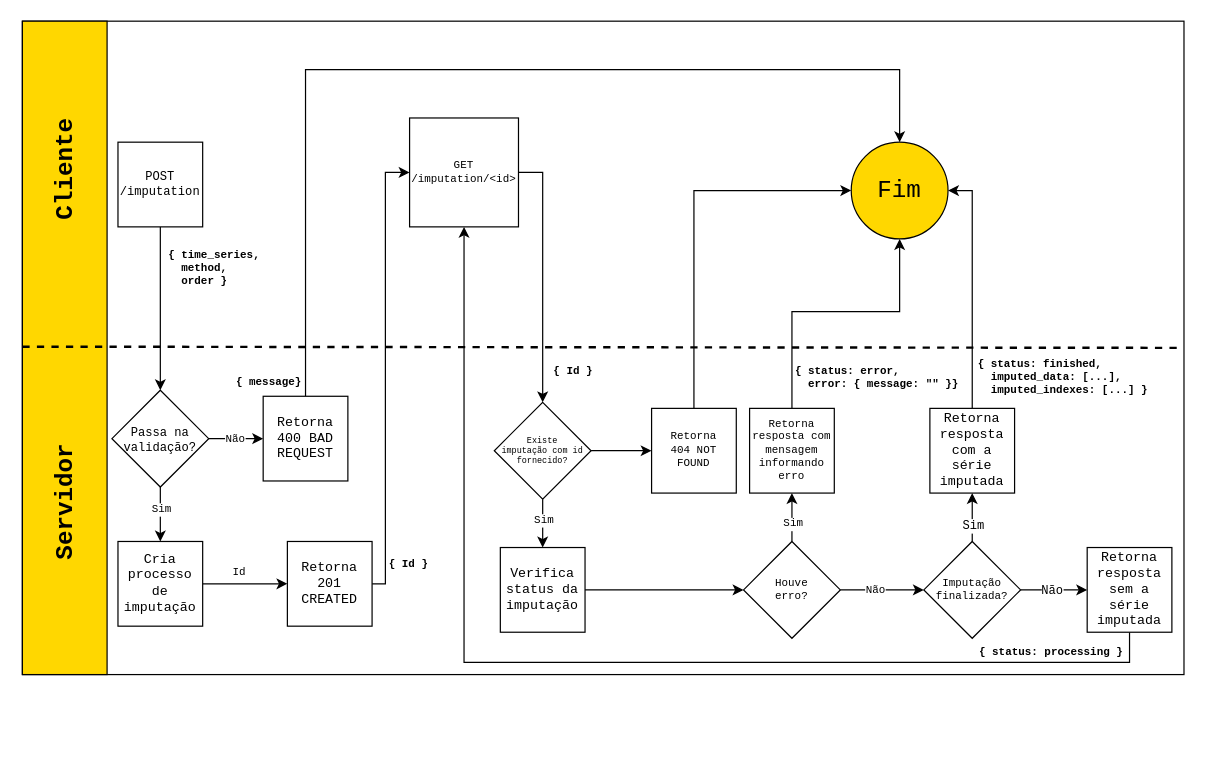
j-abreu/imputation-web-service keeps this draw.io diagram as images/Diagrama sem nome.drawio. Above is the earlier version. Source tidied: cells renumbered, new cells numbered last; positions are measured from the earlier drawing's top-left corner, leaving out a move shared by most shapes. Both pictures are drawn from the tidied source at 121%, with x=0, y=0 at pixel (-15, 21).
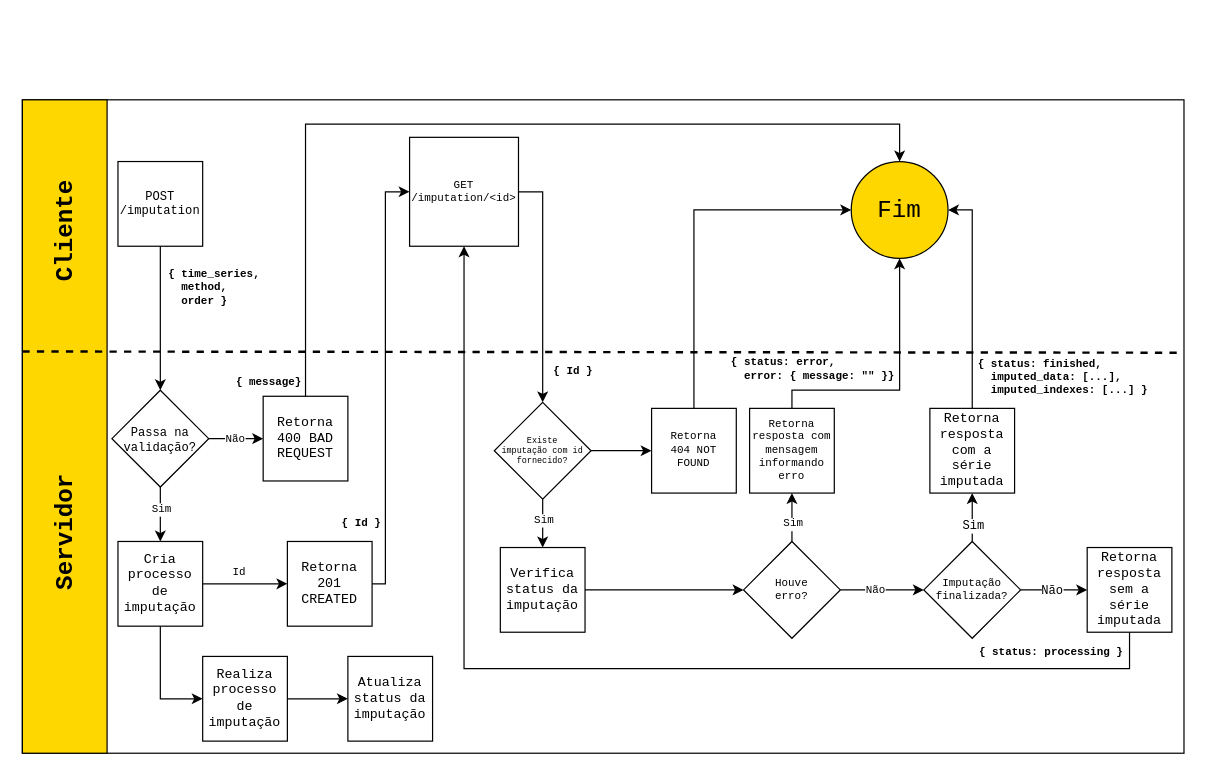
The same page after the edit.

Unchanged cells that the change refers to:
```xml
<mxCell id="5" value="Retorna 201 CREATED" style="whiteSpace=wrap;html=1;labelBackgroundColor=none;fontFamily=Courier New;fontSize=11;" parent="1" vertex="1">
  <mxGeometry x="249" y="430" width="70" height="70" as="geometry" />
</mxCell>
<mxCell id="18" value="&lt;font style=&quot;font-size: 11px;&quot;&gt;Cria processo de imputação&lt;/font&gt;" style="whiteSpace=wrap;html=1;labelBackgroundColor=none;fontFamily=Courier New;fontSize=11;fillColor=default;" parent="1" vertex="1">
  <mxGeometry x="109" y="430" width="70" height="70" as="geometry" />
</mxCell>
<mxCell id="35" value="Retorna resposta com mensagem informando erro" style="whiteSpace=wrap;html=1;labelBackgroundColor=none;fontFamily=Courier New;fontSize=9;fillColor=default;" parent="1" vertex="1">
  <mxGeometry x="631" y="320" width="70" height="70" as="geometry" />
</mxCell>
<mxCell id="37" value="Retorna resposta sem a série imputada" style="whiteSpace=wrap;html=1;labelBackgroundColor=none;fontFamily=Courier New;fontSize=11;fillColor=default;" parent="1" vertex="1">
  <mxGeometry x="910" y="435" width="70" height="70" as="geometry" />
</mxCell>
<mxCell id="41" value="Retorna 400 BAD REQUEST" style="whiteSpace=wrap;html=1;labelBackgroundColor=none;fontFamily=Courier New;fontSize=11;" parent="1" vertex="1">
  <mxGeometry x="229" y="310" width="70" height="70" as="geometry" />
</mxCell>
```

Diff of the diagram source:
```diff
@@
     <mxCell id="2" style="rounded=0;whiteSpace=wrap;html=1;labelBackgroundColor=none;fontFamily=Courier New;fontSize=10;fillColor=none;strokeColor=#000000;" parent="1" vertex="1">
-      <mxGeometry x="30" width="960" height="540" as="geometry" />
+      <mxGeometry x="30" y="65" width="960" height="540" as="geometry" />
     </mxCell>
     <mxCell id="3" style="rounded=0;whiteSpace=wrap;html=1;labelBackgroundColor=none;fontFamily=Courier New;fontSize=10;fillColor=#FFD700;strokeColor=#000000;" parent="1" vertex="1">
-      <mxGeometry x="30" width="70" height="540" as="geometry" />
+      <mxGeometry x="30" y="65" width="70" height="540" as="geometry" />
     </mxCell>
-    <mxCell id="4" style="edgeStyle=orthogonalEdgeStyle;rounded=0;jettySize=auto;html=1;entryX=0;entryY=0.5;entryDx=0;entryDy=0;strokeWidth=1;fontFamily=Courier New;fontSize=9;" parent="1" edge="1" source="5" target="20">
+    <mxCell id="4" style="edgeStyle=orthogonalEdgeStyle;rounded=0;jettySize=auto;html=1;entryX=0;entryY=0.5;entryDx=0;entryDy=0;strokeWidth=1;fontFamily=Courier New;fontSize=9;exitX=1;exitY=0.5;exitDx=0;exitDy=0;" parent="1" edge="1" source="5" target="20">
       <mxGeometry relative="1" as="geometry">
         <Array as="points">
           <mxPoint x="330" y="465" />
-          <mxPoint x="330" y="125" />
+          <mxPoint x="330" y="141" />
         </Array>
       </mxGeometry>
     </mxCell>
@@
     <mxCell id="7" value="POST /imputation" style="whiteSpace=wrap;html=1;labelBackgroundColor=none;fontFamily=Courier New;fontSize=10;" parent="1" vertex="1">
-      <mxGeometry x="109" y="100" width="70" height="70" as="geometry" />
+      <mxGeometry x="109" y="116" width="70" height="70" as="geometry" />
     </mxCell>
     <mxCell id="8" value="Cliente" style="text;html=1;strokeColor=none;fillColor=none;align=center;verticalAlign=middle;whiteSpace=wrap;rounded=0;labelBackgroundColor=none;fontFamily=Courier New;fontSize=20;rotation=-90;fontStyle=1;" parent="1" vertex="1">
-      <mxGeometry y="90" width="130" height="65" as="geometry" />
+      <mxGeometry y="141" width="130" height="65" as="geometry" />
     </mxCell>
     <mxCell id="9" value="Servidor" style="text;html=1;strokeColor=none;fillColor=none;align=center;verticalAlign=middle;whiteSpace=wrap;rounded=0;labelBackgroundColor=none;fontFamily=Courier New;fontSize=20;rotation=-90;fontStyle=1;" parent="1" vertex="1">
-      <mxGeometry y="365" width="130" height="65" as="geometry" />
+      <mxGeometry y="390" width="130" height="65" as="geometry" />
     </mxCell>
@@
     <mxCell id="15" value="{ time_series,&lt;br style=&quot;font-size: 9px;&quot;&gt;&amp;nbsp; method,&lt;br style=&quot;font-size: 9px;&quot;&gt;&amp;nbsp; order&amp;nbsp;&lt;span style=&quot;background-color: initial; font-size: 9px;&quot;&gt;}&lt;/span&gt;" style="text;html=1;strokeColor=none;fillColor=none;align=left;verticalAlign=middle;whiteSpace=wrap;rounded=0;labelBackgroundColor=none;fontFamily=Courier New;fontSize=9;fontStyle=1;" parent="1" vertex="1">
-      <mxGeometry x="149" y="190" width="90" height="30" as="geometry" />
+      <mxGeometry x="149" y="206" width="90" height="30" as="geometry" />
     </mxCell>
@@
+    <mxCell id="55" style="edgeStyle=orthogonalEdgeStyle;rounded=0;jettySize=auto;html=1;entryX=0;entryY=0.5;entryDx=0;entryDy=0;strokeWidth=1;fontFamily=Courier New;fontSize=7;" parent="1" edge="1" source="18" target="57">
+      <mxGeometry relative="1" as="geometry" />
+    </mxCell>
@@
     <mxCell id="20" value="&lt;font style=&quot;font-size: 9px;&quot;&gt;GET /imputation/&amp;lt;id&amp;gt;&lt;/font&gt;" style="whiteSpace=wrap;html=1;labelBackgroundColor=none;fontFamily=Courier New;fontSize=8;fillColor=default;" parent="1" vertex="1">
-      <mxGeometry x="350" y="80" width="90" height="90" as="geometry" />
+      <mxGeometry x="350" y="96" width="90" height="90" as="geometry" />
     </mxCell>
@@
     <mxCell id="23" style="endArrow=none;html=1;rounded=0;fontFamily=Courier New;fontSize=8;dashed=1;strokeWidth=2;" parent="1" edge="1">
       <mxGeometry relative="1" as="geometry">
-        <mxPoint x="30" y="269" as="sourcePoint" />
-        <mxPoint x="990" y="270" as="targetPoint" />
+        <mxPoint x="30" y="273" as="sourcePoint" />
+        <mxPoint x="990" y="274" as="targetPoint" />
       </mxGeometry>
     </mxCell>
@@
     <mxCell id="34" style="edgeStyle=orthogonalEdgeStyle;rounded=0;jettySize=auto;html=1;entryX=0.5;entryY=1;entryDx=0;entryDy=0;fontFamily=Courier New;fontSize=20;exitX=0.5;exitY=0;exitDx=0;exitDy=0;" parent="1" edge="1" source="35" target="47">
       <mxGeometry relative="1" as="geometry">
         <Array as="points">
-          <mxPoint x="666" y="240" />
-          <mxPoint x="755" y="240" />
+          <mxPoint x="666" y="305" />
+          <mxPoint x="755" y="305" />
         </Array>
       </mxGeometry>
     </mxCell>
@@
     <mxCell id="36" style="edgeStyle=orthogonalEdgeStyle;rounded=0;jettySize=auto;html=1;entryX=0.5;entryY=1;entryDx=0;entryDy=0;strokeWidth=1;fontFamily=Courier New;fontSize=10;" parent="1" edge="1" source="37" target="20">
       <mxGeometry relative="1" as="geometry">
         <Array as="points">
-          <mxPoint x="885" y="530" />
-          <mxPoint x="425" y="530" />
+          <mxPoint x="945" y="535" />
+          <mxPoint x="395" y="535" />
         </Array>
       </mxGeometry>
     </mxCell>
@@
     <mxCell id="40" style="edgeStyle=orthogonalEdgeStyle;rounded=0;jettySize=auto;html=1;fontFamily=Courier New;fontSize=20;entryX=0.5;entryY=0;entryDx=0;entryDy=0;exitX=0.5;exitY=0;exitDx=0;exitDy=0;" parent="1" edge="1" source="41" target="47">
       <mxGeometry relative="1" as="geometry">
         <Array as="points">
-          <mxPoint x="264" y="40" />
-          <mxPoint x="755" y="40" />
+          <mxPoint x="264" y="85" />
+          <mxPoint x="755" y="85" />
         </Array>
       </mxGeometry>
     </mxCell>
@@
     <mxCell id="42" value="&lt;b style=&quot;font-size: 9px;&quot;&gt;{ Id }&lt;/b&gt;" style="text;html=1;align=center;verticalAlign=middle;strokeColor=none;fillColor=none;fontSize=9;fontFamily=Courier New;spacing=0;" parent="1" vertex="1">
-      <mxGeometry x="324" y="440" width="50" height="20" as="geometry" />
+      <mxGeometry x="285" y="405.5" width="50" height="20" as="geometry" />
     </mxCell>
@@
     <mxCell id="44" value="&lt;b&gt;{ status: error,&lt;br&gt;&amp;nbsp; error: { message: &quot;&quot; }}&lt;/b&gt;" style="text;html=1;align=left;verticalAlign=middle;strokeColor=none;fillColor=none;fontSize=9;fontFamily=Courier New;spacing=0;" parent="1" vertex="1">
-      <mxGeometry x="669" y="280" width="150" height="30" as="geometry" />
+      <mxGeometry x="616" y="273" width="150" height="30" as="geometry" />
     </mxCell>
@@
     <mxCell id="47" value="Fim" style="ellipse;whiteSpace=wrap;html=1;labelBackgroundColor=none;fontFamily=Courier New;fontSize=20;fillColor=#FFD700;strokeColor=#000000;fontStyle=0;" parent="1" vertex="1">
-      <mxGeometry x="715" y="100" width="80" height="80" as="geometry" />
+      <mxGeometry x="715" y="116" width="80" height="80" as="geometry" />
     </mxCell>
@@
+    <mxCell id="56" style="edgeStyle=orthogonalEdgeStyle;rounded=0;jettySize=auto;html=1;entryX=0;entryY=0.5;entryDx=0;entryDy=0;strokeWidth=1;fontFamily=Courier New;fontSize=7;" parent="1" edge="1" source="57" target="58">
+      <mxGeometry relative="1" as="geometry" />
+    </mxCell>
+    <mxCell id="57" value="Realiza processo de imputação" style="whiteSpace=wrap;html=1;labelBackgroundColor=none;fontFamily=Courier New;fontSize=11;fillColor=default;" parent="1" vertex="1">
+      <mxGeometry x="179" y="525" width="70" height="70" as="geometry" />
+    </mxCell>
+    <mxCell id="58" value="Atualiza status da imputação" style="whiteSpace=wrap;html=1;labelBackgroundColor=none;fontFamily=Courier New;fontSize=11;fillColor=default;" parent="1" vertex="1">
+      <mxGeometry x="299" y="525" width="70" height="70" as="geometry" />
+    </mxCell>
```
